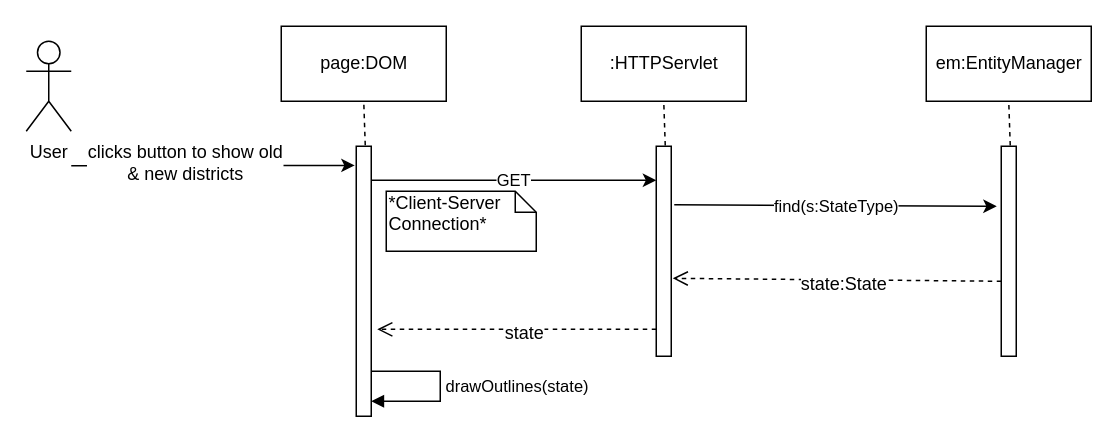
Earlier version of the draw.io diagram Presentation/modifiableDocuments/37. Display original and generated congressional districts.drawio (Randypaquette13/CSE308New). Source tidied: cells renumbered, new cells numbered last; positions are measured from the earlier drawing's top-left corner, leaving out a move shared by most shapes. Both pictures are drawn from the tidied source at 150%, with x=0, y=0 at pixel (26, 26).
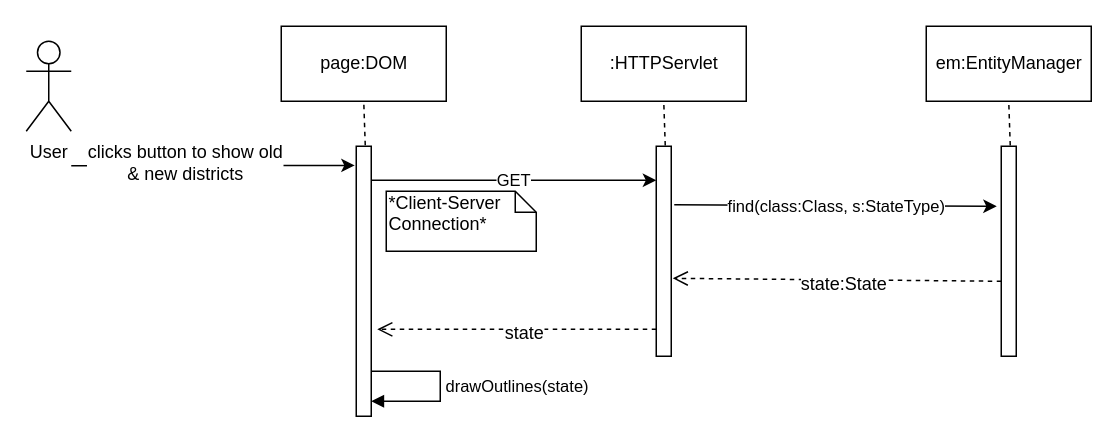
After the change.

Commit message (it also covers changes not shown here):
Updated 37 to use proper find() params.

Unchanged cells that the change refers to:
```xml
<mxCell id="8" style="html=1;points=[];perimeter=orthogonalPerimeter;" parent="1" vertex="1">
  <mxGeometry x="420" y="80" width="10" height="140" as="geometry" />
</mxCell>
<mxCell id="12" style="html=1;points=[];perimeter=orthogonalPerimeter;" parent="1" vertex="1">
  <mxGeometry x="650" y="80" width="10" height="140" as="geometry" />
</mxCell>
```

Diff of the diagram source:
```diff
@@
-    <mxCell id="15" value="find(s:StateType)" style="endArrow=classic;html=1;exitX=1.2;exitY=0.279;exitDx=0;exitDy=0;exitPerimeter=0;entryX=-0.3;entryY=0.286;entryDx=0;entryDy=0;entryPerimeter=0;" parent="1" edge="1" source="8" target="12">
+    <mxCell id="15" value="find(class:Class, s:StateType)" style="endArrow=classic;html=1;exitX=1.2;exitY=0.279;exitDx=0;exitDy=0;exitPerimeter=0;entryX=-0.3;entryY=0.286;entryDx=0;entryDy=0;entryPerimeter=0;" parent="1" edge="1" source="8" target="12">
       <mxGeometry relative="1" as="geometry" />
     </mxCell>
```
